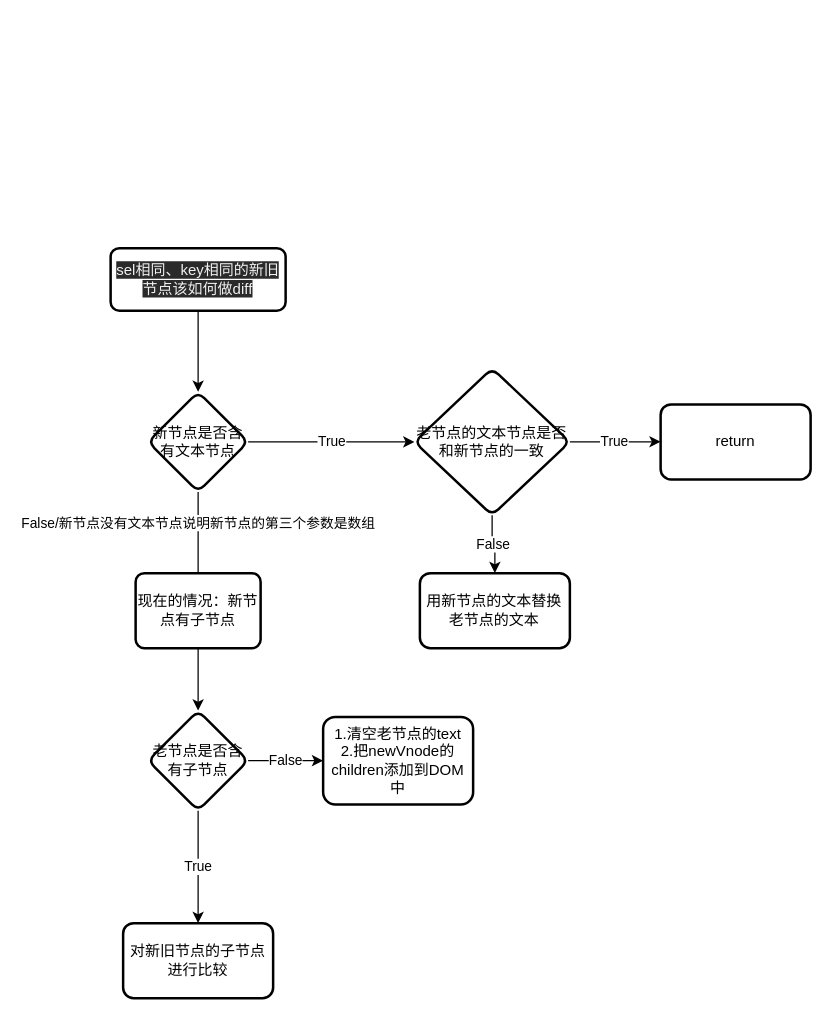
Before: diff/src/mySnabbdom/patch.dio in Hhpon/js-depth, a draw.io diagram. Source tidied: cells renumbered, new cells numbered last; positions are measured from the earlier drawing's top-left corner, leaving out a move shared by most shapes. Both pictures are drawn from the tidied source at 125%, with x=0, y=0 at pixel (110, 248).
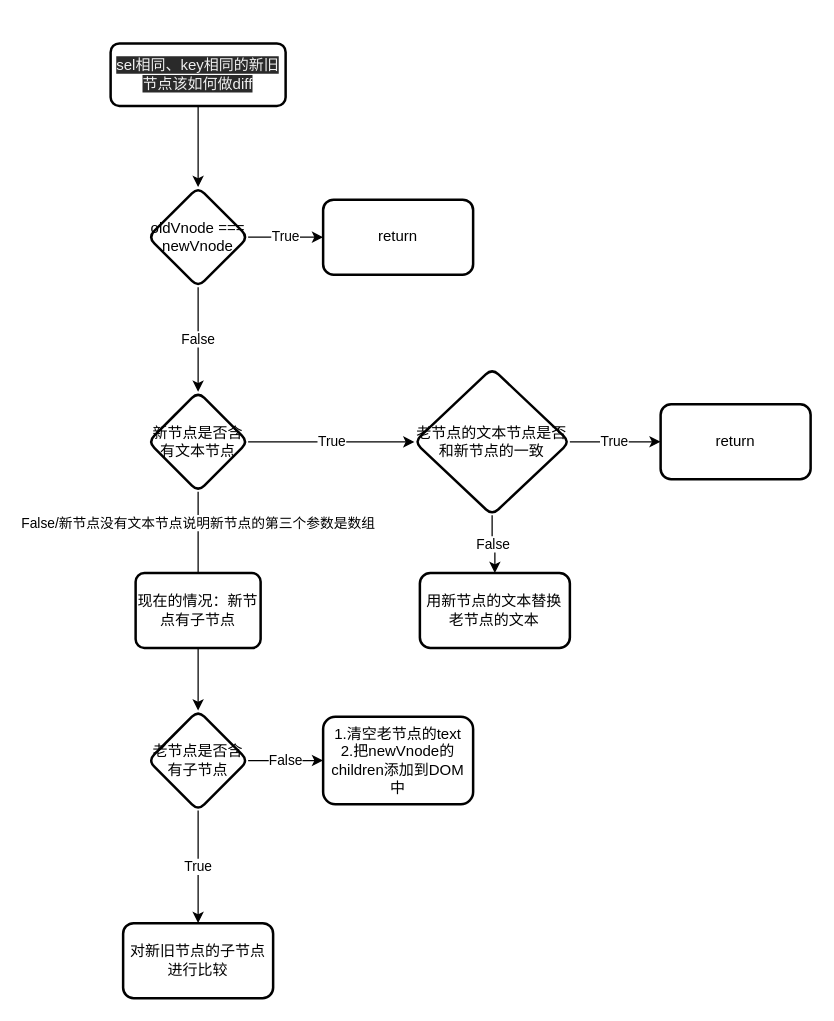
After the change.

The change refers to these unchanged cells:
```xml
<mxCell id="9" value="老节点的文本节点是否和新节点的一致" style="rhombus;whiteSpace=wrap;html=1;rounded=1;strokeWidth=2;arcSize=14;" parent="1" vertex="1">
  <mxGeometry x="243" y="96.2" width="124.4" height="117.5" as="geometry" />
</mxCell>
```

Change to the diagram source:
```diff
@@
-    <mxCell id="2" style="edgeStyle=orthogonalEdgeStyle;rounded=0;jettySize=auto;html=1;" parent="1" edge="1" source="3" target="6">
-      <mxGeometry relative="1" as="geometry" />
-    </mxCell>
+    <mxCell id="19" style="edgeStyle=none;html=1;" parent="1" edge="1" source="3" target="22">
+      <mxGeometry relative="1" as="geometry" />
+    </mxCell>
     <mxCell id="3" value="&#10;&#10;&lt;span style=&quot;color: rgb(240, 240, 240); font-family: helvetica; font-size: 12px; font-style: normal; font-weight: 400; letter-spacing: normal; text-align: center; text-indent: 0px; text-transform: none; word-spacing: 0px; background-color: rgb(42, 42, 42); display: inline; float: none;&quot;&gt;sel相同、key相同的新旧节点该如何做diff&lt;/span&gt;&#10;&#10;" style="rounded=1;whiteSpace=wrap;html=1;absoluteArcSize=1;arcSize=14;strokeWidth=2;" parent="1" vertex="1">
-      <mxGeometry width="140" height="50" as="geometry" />
+      <mxGeometry y="-163.8" width="140" height="50" as="geometry" />
     </mxCell>
@@
     <mxCell id="5" value="False/新节点没有文本节点说明新节点的第三个参数是数组" style="edgeStyle=orthogonalEdgeStyle;rounded=0;jettySize=auto;html=1;" parent="1" edge="1" source="6">
       <mxGeometry x="-0.38" relative="1" as="geometry">
-        <mxPoint x="70" y="275" as="targetPoint" />
+        <mxPoint x="70" y="274.9" as="targetPoint" />
       </mxGeometry>
     </mxCell>
     <mxCell id="6" value="新节点是否含有文本节点" style="rhombus;whiteSpace=wrap;html=1;rounded=1;strokeWidth=2;arcSize=14;" parent="1" vertex="1">
-      <mxGeometry x="30" y="115" width="80" height="80" as="geometry" />
+      <mxGeometry x="30" y="114.9" width="80" height="80" as="geometry" />
     </mxCell>
     <mxCell id="7" value="True" style="edgeStyle=orthogonalEdgeStyle;rounded=0;jettySize=auto;html=1;" parent="1" edge="1" source="9" target="10">
       <mxGeometry relative="1" as="geometry">
         <Array as="points">
-          <mxPoint x="460" y="155" />
-          <mxPoint x="460" y="155" />
+          <mxPoint x="460" y="154.9" />
+          <mxPoint x="460" y="154.9" />
         </Array>
       </mxGeometry>
     </mxCell>
@@
     <mxCell id="10" value="return" style="whiteSpace=wrap;html=1;rounded=1;strokeWidth=2;arcSize=14;" parent="1" vertex="1">
-      <mxGeometry x="440" y="125" width="120" height="60" as="geometry" />
+      <mxGeometry x="440" y="124.9" width="120" height="60" as="geometry" />
     </mxCell>
     <mxCell id="11" value="用新节点的文本替换老节点的文本" style="whiteSpace=wrap;html=1;rounded=1;strokeWidth=2;arcSize=14;" parent="1" vertex="1">
-      <mxGeometry x="247.4" y="260" width="120" height="60" as="geometry" />
+      <mxGeometry x="247.4" y="259.9" width="120" height="60" as="geometry" />
     </mxCell>
@@
     <mxCell id="13" value="现在的情况：新节点有子节点" style="rounded=1;whiteSpace=wrap;html=1;absoluteArcSize=1;arcSize=14;strokeWidth=2;" parent="1" vertex="1">
-      <mxGeometry x="20" y="260" width="100" height="60" as="geometry" />
+      <mxGeometry x="20" y="259.9" width="100" height="60" as="geometry" />
     </mxCell>
@@
     <mxCell id="16" value="老节点是否含有子节点" style="rhombus;whiteSpace=wrap;html=1;rounded=1;strokeWidth=2;arcSize=14;" parent="1" vertex="1">
-      <mxGeometry x="30" y="370" width="80" height="80" as="geometry" />
+      <mxGeometry x="30" y="369.9" width="80" height="80" as="geometry" />
     </mxCell>
     <mxCell id="17" value="1.清空老节点的text&lt;br&gt;2.把newVnode的children添加到DOM中" style="whiteSpace=wrap;html=1;rounded=1;strokeWidth=2;arcSize=14;" parent="1" vertex="1">
-      <mxGeometry x="170" y="375" width="120" height="70" as="geometry" />
+      <mxGeometry x="170" y="374.9" width="120" height="70" as="geometry" />
     </mxCell>
@@
+    <mxCell id="20" value="False" style="edgeStyle=none;html=1;entryX=0.5;entryY=0;entryDx=0;entryDy=0;" parent="1" edge="1" source="22" target="6">
+      <mxGeometry relative="1" as="geometry" />
+    </mxCell>
+    <mxCell id="21" value="True" style="edgeStyle=none;html=1;" parent="1" edge="1" source="22" target="23">
+      <mxGeometry relative="1" as="geometry" />
+    </mxCell>
+    <mxCell id="22" value="oldVnode === newVnode" style="rhombus;whiteSpace=wrap;html=1;rounded=1;strokeWidth=2;arcSize=14;" parent="1" vertex="1">
+      <mxGeometry x="30" y="-48.8" width="80" height="80" as="geometry" />
+    </mxCell>
+    <mxCell id="23" value="return" style="whiteSpace=wrap;html=1;rounded=1;strokeWidth=2;arcSize=14;" parent="1" vertex="1">
+      <mxGeometry x="170" y="-38.8" width="120" height="60" as="geometry" />
+    </mxCell>
```
